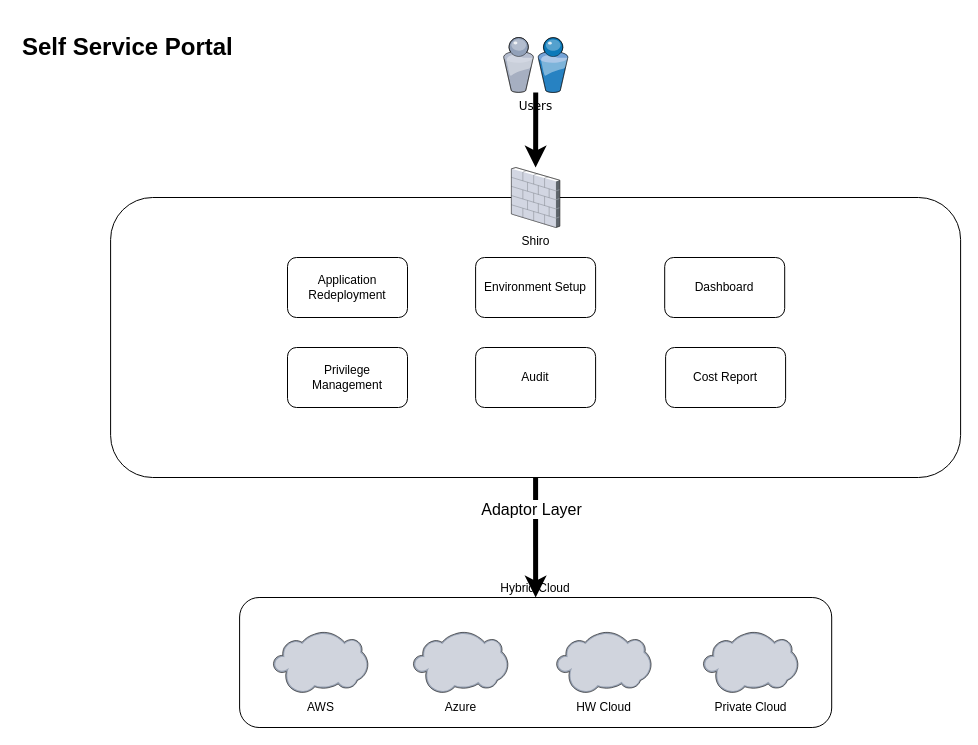
This is Untitled Diagram.drawio from dosjia/chart, a draw.io file, before an edit. Source tidied: cells renumbered, new cells numbered last; positions are measured from the earlier drawing's top-left corner, leaving out a move shared by most shapes. Both pictures are drawn from the tidied source at 100%, with x=0, y=0 at pixel (17, 27).
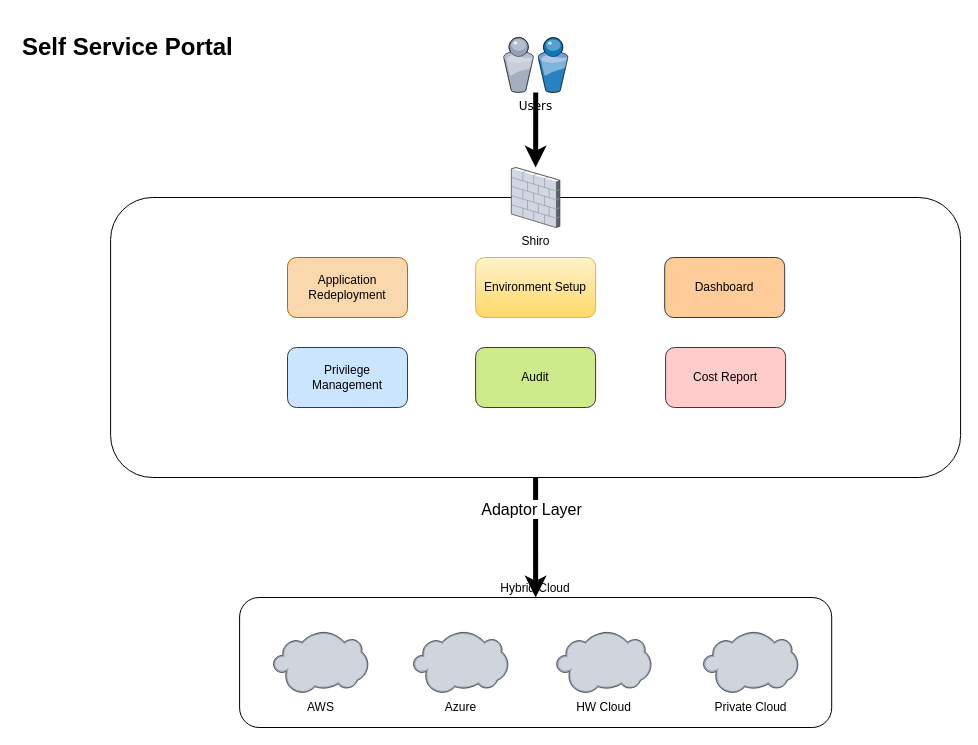
After the change.

What changed in the source:
```diff
@@
 <mxGraphModel background="#ffffff">
   <root>
     <mxCell id="0" />
     <mxCell id="1" parent="0" />
     <mxCell id="2" style="edgeStyle=orthogonalEdgeStyle;rounded=1;jettySize=auto;html=1;strokeWidth=5;" parent="1" edge="1" source="3" target="8">
       <mxGeometry relative="1" as="geometry" />
     </mxCell>
     <mxCell id="3" value="Users" style="verticalLabelPosition=bottom;html=1;verticalAlign=top;strokeColor=none;shape=mxgraph.citrix.users;rounded=0;shadow=0;comic=0;fontFamily=Verdana;" parent="1" vertex="1">
       <mxGeometry x="485.9" y="10" width="64.5" height="55" as="geometry" />
     </mxCell>
     <mxCell id="4" value="&lt;h1&gt;Self Service Portal&lt;br&gt;&lt;/h1&gt;&lt;p&gt;&lt;br&gt;&lt;/p&gt;" style="text;html=1;strokeColor=none;fillColor=none;spacing=5;spacingTop=-20;whiteSpace=wrap;overflow=hidden;rounded=0;" parent="1" vertex="1">
       <mxGeometry width="270" height="120" as="geometry" />
     </mxCell>
     <mxCell id="5" style="edgeStyle=orthogonalEdgeStyle;rounded=1;jettySize=auto;html=1;exitX=0.5;exitY=1;exitDx=0;exitDy=0;entryX=0.5;entryY=0;entryDx=0;entryDy=0;strokeWidth=5;" parent="1" edge="1" source="7" target="15">
       <mxGeometry relative="1" as="geometry" />
     </mxCell>
     <mxCell id="6" value="&lt;span style=&quot;background-color: rgb(255 , 255 , 255)&quot;&gt;&lt;font style=&quot;font-size: 16px&quot;&gt;Adaptor Layer&lt;/font&gt;&lt;/span&gt;" style="edgeLabel;html=1;align=center;verticalAlign=middle;labelBorderColor=none;" parent="5" vertex="1">
       <mxGeometry x="-0.48" y="-5" relative="1" as="geometry" />
     </mxCell>
     <mxCell id="7" style="rounded=1;whiteSpace=wrap;html=1;" parent="1" vertex="1">
       <mxGeometry x="93.1" y="170" width="850" height="280" as="geometry" />
     </mxCell>
     <mxCell id="8" value="Shiro" style="verticalLabelPosition=bottom;html=1;verticalAlign=top;align=center;outlineConnect=0;shape=mxgraph.citrix.firewall;" parent="1" vertex="1">
       <mxGeometry x="493.9" y="140" width="48.4" height="60" as="geometry" />
     </mxCell>
-    <mxCell id="9" value="Environment Setup" style="rounded=1;whiteSpace=wrap;html=1;" parent="1" vertex="1">
+    <mxCell id="9" value="Environment Setup" style="rounded=1;whiteSpace=wrap;html=1;gradientColor=#ffd966;fillColor=#fff2cc;strokeColor=#d6b656;" parent="1" vertex="1">
       <mxGeometry x="458.1" y="230" width="120" height="60" as="geometry" />
     </mxCell>
-    <mxCell id="10" value="Application Redeployment" style="rounded=1;whiteSpace=wrap;html=1;" parent="1" vertex="1">
+    <mxCell id="10" value="Application Redeployment" style="rounded=1;whiteSpace=wrap;html=1;fillColor=#fad7ac;strokeColor=#b46504;" parent="1" vertex="1">
       <mxGeometry x="270" y="230" width="120" height="60" as="geometry" />
     </mxCell>
-    <mxCell id="11" value="Cost Report" style="rounded=1;whiteSpace=wrap;html=1;" parent="1" vertex="1">
+    <mxCell id="11" value="Cost Report" style="rounded=1;whiteSpace=wrap;html=1;fillColor=#ffcccc;strokeColor=#36393d;" parent="1" vertex="1">
       <mxGeometry x="648.1" y="320" width="120" height="60" as="geometry" />
     </mxCell>
-    <mxCell id="12" value="Privilege Management" style="rounded=1;whiteSpace=wrap;html=1;" parent="1" vertex="1">
+    <mxCell id="12" value="Privilege Management" style="rounded=1;whiteSpace=wrap;html=1;fillColor=#cce5ff;strokeColor=#36393d;" parent="1" vertex="1">
       <mxGeometry x="270" y="320" width="120" height="60" as="geometry" />
     </mxCell>
-    <mxCell id="13" value="Dashboard" style="rounded=1;whiteSpace=wrap;html=1;" parent="1" vertex="1">
+    <mxCell id="13" value="Dashboard" style="rounded=1;whiteSpace=wrap;html=1;fillColor=#ffcc99;strokeColor=#36393d;" parent="1" vertex="1">
       <mxGeometry x="647.2" y="230" width="120" height="60" as="geometry" />
     </mxCell>
-    <mxCell id="14" value="Audit" style="rounded=1;whiteSpace=wrap;html=1;" parent="1" vertex="1">
+    <mxCell id="14" value="Audit" style="rounded=1;whiteSpace=wrap;html=1;fillColor=#cdeb8b;strokeColor=#36393d;" parent="1" vertex="1">
       <mxGeometry x="458.1" y="320" width="120" height="60" as="geometry" />
     </mxCell>
     <mxCell id="15" value="Hybrid Cloud" style="rounded=1;whiteSpace=wrap;html=1;labelPosition=center;verticalLabelPosition=top;align=center;verticalAlign=bottom;" parent="1" vertex="1">
       <mxGeometry x="222.1" y="570" width="592.1" height="130" as="geometry" />
     </mxCell>
     <mxCell id="16" value="AWS" style="verticalLabelPosition=bottom;html=1;verticalAlign=top;strokeColor=none;align=center;shape=mxgraph.citrix.cloud;" parent="1" vertex="1">
       <mxGeometry x="255.6" y="604" width="95" height="62" as="geometry" />
     </mxCell>
     <mxCell id="17" value="Azure" style="verticalLabelPosition=bottom;html=1;verticalAlign=top;strokeColor=none;align=center;shape=mxgraph.citrix.cloud;" parent="1" vertex="1">
       <mxGeometry x="395.6" y="604" width="95" height="62" as="geometry" />
     </mxCell>
     <mxCell id="18" value="HW Cloud" style="verticalLabelPosition=bottom;html=1;verticalAlign=top;strokeColor=#10739e;align=center;shape=mxgraph.citrix.cloud;fillColor=#b1ddf0;" parent="1" vertex="1">
       <mxGeometry x="538.8" y="604" width="95" height="62" as="geometry" />
     </mxCell>
-    <mxCell id="19" value="Private Cloud" style="verticalLabelPosition=bottom;html=1;verticalAlign=top;strokeColor=#d79b00;align=center;shape=mxgraph.citrix.cloud;gradientColor=#ffa500;fillColor=#ffcd28;" parent="1" vertex="1">
+    <mxCell id="19" value="Private Cloud" style="verticalLabelPosition=bottom;html=1;verticalAlign=top;strokeColor=#36393d;align=center;shape=mxgraph.citrix.cloud;shadow=0;sketch=0;fillColor=#ffcccc;noLabel=0;" parent="1" vertex="1">
       <mxGeometry x="685.6" y="604" width="95" height="62" as="geometry" />
     </mxCell>
   </root>
 </mxGraphModel>
```
